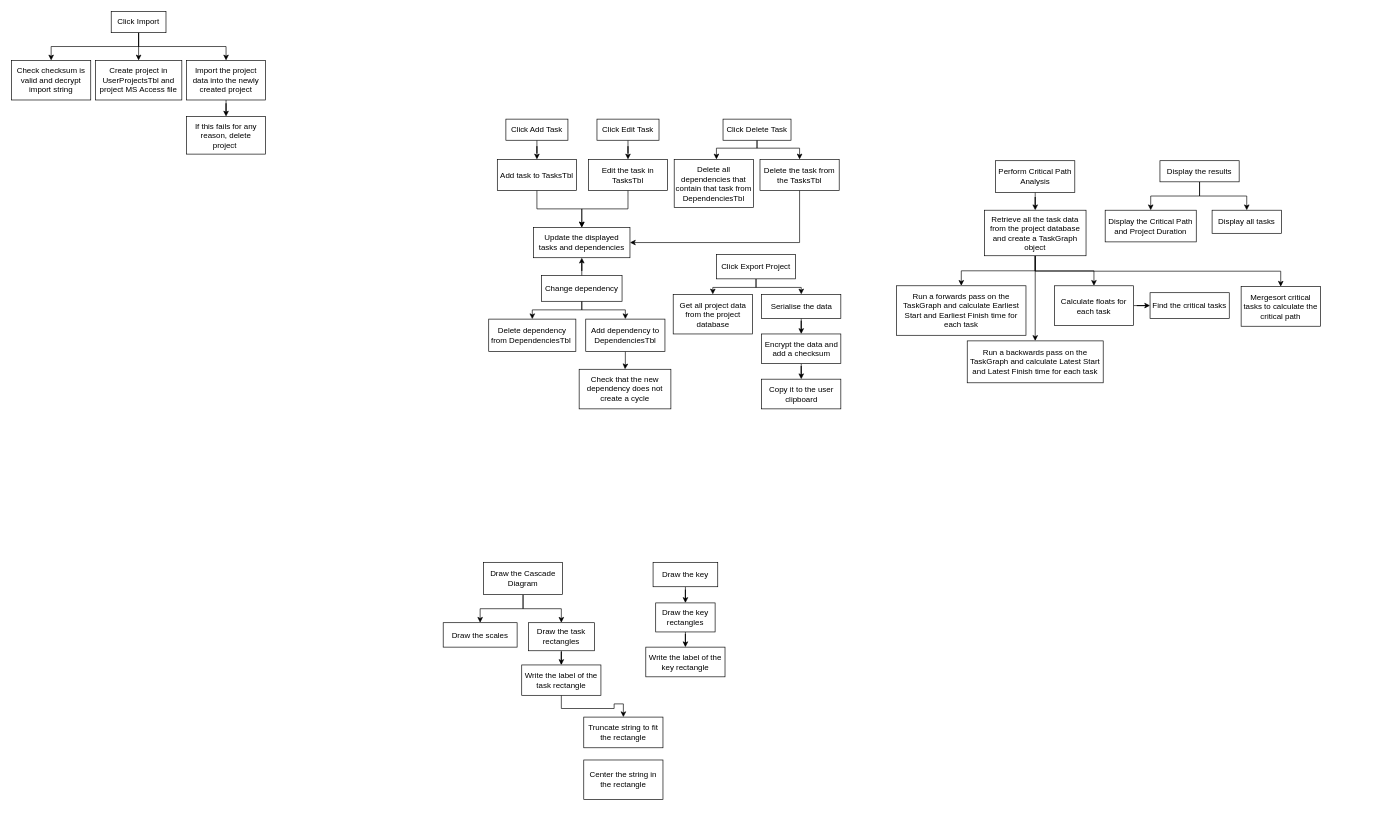
This is page "AbstractHeirarchyChart" (5 of 5) of Diagrams.drawio from Senacen/Critical-Path-Project-Manager-NEA-MS-Access, a draw.io file, before an edit. Source tidied: cells renumbered, new cells numbered last; positions are measured from the earlier drawing's top-left corner, leaving out a move shared by most shapes. Both pictures are drawn from the tidied source at 66%, with x=0, y=0 at pixel (11, 11).
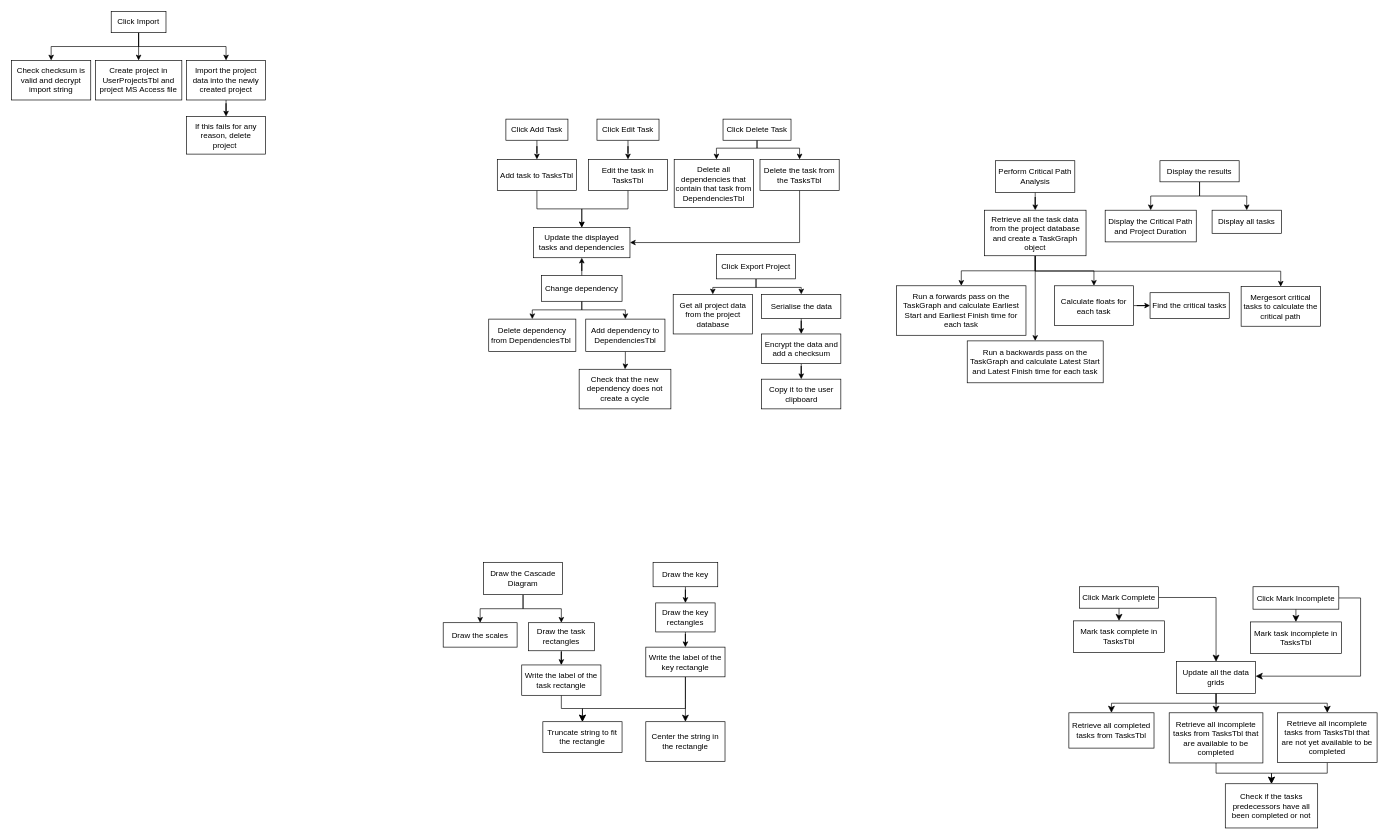
Above is the later version.

The change refers to these unchanged cells:
```xml
<mxCell id="69" value="Write the label of the task rectangle" style="rounded=0;whiteSpace=wrap;html=1;" parent="1" vertex="1">
  <mxGeometry x="773" y="990" width="120" height="46" as="geometry" />
</mxCell>
<mxCell id="75" value="Write the label of the key rectangle" style="rounded=0;whiteSpace=wrap;html=1;" parent="1" vertex="1">
  <mxGeometry x="961" y="963" width="120" height="45" as="geometry" />
</mxCell>
```

Change to the diagram source:
```diff
@@
     <mxCell id="66" value="Truncate string to fit the rectangle" style="rounded=0;whiteSpace=wrap;html=1;" parent="1" vertex="1">
-      <mxGeometry x="867" y="1069" width="120" height="46.5" as="geometry" />
+      <mxGeometry x="805" y="1076" width="120" height="46.5" as="geometry" />
     </mxCell>
     <mxCell id="67" value="Center the string in the rectangle" style="rounded=0;whiteSpace=wrap;html=1;" parent="1" vertex="1">
-      <mxGeometry x="867" y="1134" width="120" height="60" as="geometry" />
+      <mxGeometry x="961" y="1076" width="120" height="60" as="geometry" />
     </mxCell>
-    <mxCell id="68" style="edgeStyle=orthogonalEdgeStyle;rounded=0;jettySize=auto;html=1;" parent="1" edge="1" source="69" target="66">
+    <mxCell id="68" style="rounded=0;jettySize=auto;html=1;fontSize=12;startSize=8;endSize=8;edgeStyle=elbowEdgeStyle;elbow=vertical;" parent="1" edge="1" source="69" target="66">
       <mxGeometry relative="1" as="geometry" />
     </mxCell>
@@
+    <mxCell id="76" style="edgeStyle=elbowEdgeStyle;shape=connector;rounded=0;jettySize=auto;elbow=vertical;html=1;labelBackgroundColor=default;strokeColor=default;align=center;verticalAlign=middle;fontFamily=Helvetica;fontSize=12;fontColor=default;endArrow=classic;startSize=8;endSize=8;" parent="1" edge="1" source="75" target="66">
+      <mxGeometry relative="1" as="geometry">
+        <Array as="points">
+          <mxPoint x="942" y="1056" />
+        </Array>
+      </mxGeometry>
+    </mxCell>
+    <mxCell id="77" style="edgeStyle=elbowEdgeStyle;shape=connector;rounded=0;jettySize=auto;elbow=vertical;html=1;labelBackgroundColor=default;strokeColor=default;align=center;verticalAlign=middle;fontFamily=Helvetica;fontSize=12;fontColor=default;endArrow=classic;startSize=8;endSize=8;" parent="1" edge="1" source="75" target="67">
+      <mxGeometry relative="1" as="geometry" />
+    </mxCell>
@@
+    <mxCell id="78" style="edgeStyle=elbowEdgeStyle;shape=connector;rounded=0;jettySize=auto;elbow=vertical;html=1;labelBackgroundColor=default;strokeColor=default;align=center;verticalAlign=middle;fontFamily=Helvetica;fontSize=12;fontColor=default;endArrow=classic;startSize=8;endSize=8;" parent="1" edge="1" source="81" target="82">
+      <mxGeometry relative="1" as="geometry" />
+    </mxCell>
+    <mxCell id="79" style="edgeStyle=elbowEdgeStyle;shape=connector;rounded=0;jettySize=auto;elbow=vertical;html=1;labelBackgroundColor=default;strokeColor=default;align=center;verticalAlign=middle;fontFamily=Helvetica;fontSize=12;fontColor=default;endArrow=classic;startSize=8;endSize=8;" parent="1" edge="1" source="81" target="84">
+      <mxGeometry relative="1" as="geometry" />
+    </mxCell>
+    <mxCell id="80" style="edgeStyle=elbowEdgeStyle;shape=connector;rounded=0;jettySize=auto;elbow=vertical;html=1;labelBackgroundColor=default;strokeColor=default;align=center;verticalAlign=middle;fontFamily=Helvetica;fontSize=12;fontColor=default;endArrow=classic;startSize=8;endSize=8;" parent="1" edge="1" source="81" target="86">
+      <mxGeometry relative="1" as="geometry" />
+    </mxCell>
+    <mxCell id="81" value="Update all the data grids" style="rounded=0;whiteSpace=wrap;html=1;fontFamily=Helvetica;fontSize=12;fontColor=default;" parent="1" vertex="1">
+      <mxGeometry x="1765" y="985" width="120" height="48" as="geometry" />
+    </mxCell>
+    <mxCell id="82" value="Retrieve all completed tasks from TasksTbl" style="rounded=0;whiteSpace=wrap;html=1;fontFamily=Helvetica;fontSize=12;fontColor=default;" parent="1" vertex="1">
+      <mxGeometry x="1602" y="1062.5" width="129" height="53.5" as="geometry" />
+    </mxCell>
+    <mxCell id="83" style="edgeStyle=elbowEdgeStyle;shape=connector;rounded=0;jettySize=auto;elbow=vertical;html=1;labelBackgroundColor=default;strokeColor=default;align=center;verticalAlign=middle;fontFamily=Helvetica;fontSize=12;fontColor=default;endArrow=classic;startSize=8;endSize=8;" parent="1" edge="1" source="84" target="87">
+      <mxGeometry relative="1" as="geometry" />
+    </mxCell>
+    <mxCell id="84" value="Retrieve all incomplete tasks from TasksTbl that are available to be completed" style="rounded=0;whiteSpace=wrap;html=1;fontFamily=Helvetica;fontSize=12;fontColor=default;" parent="1" vertex="1">
+      <mxGeometry x="1754" y="1062.5" width="142" height="76" as="geometry" />
+    </mxCell>
+    <mxCell id="85" style="edgeStyle=elbowEdgeStyle;shape=connector;rounded=0;jettySize=auto;elbow=vertical;html=1;labelBackgroundColor=default;strokeColor=default;align=center;verticalAlign=middle;fontFamily=Helvetica;fontSize=12;fontColor=default;endArrow=classic;startSize=8;endSize=8;" parent="1" edge="1" source="86" target="87">
+      <mxGeometry relative="1" as="geometry" />
+    </mxCell>
+    <mxCell id="86" value="Retrieve all incomplete tasks from TasksTbl that are not yet available to be completed" style="rounded=0;whiteSpace=wrap;html=1;fontFamily=Helvetica;fontSize=12;fontColor=default;" parent="1" vertex="1">
+      <mxGeometry x="1918" y="1062.5" width="151" height="75.5" as="geometry" />
+    </mxCell>
+    <mxCell id="87" value="Check if the tasks predecessors have all been completed or not" style="rounded=0;whiteSpace=wrap;html=1;fontFamily=Helvetica;fontSize=12;fontColor=default;" parent="1" vertex="1">
+      <mxGeometry x="1839" y="1170" width="140" height="67" as="geometry" />
+    </mxCell>
+    <mxCell id="88" style="edgeStyle=elbowEdgeStyle;shape=connector;rounded=0;jettySize=auto;elbow=vertical;html=1;labelBackgroundColor=default;strokeColor=default;align=center;verticalAlign=middle;fontFamily=Helvetica;fontSize=12;fontColor=default;endArrow=classic;startSize=8;endSize=8;" parent="1" edge="1" source="90" target="94">
+      <mxGeometry relative="1" as="geometry" />
+    </mxCell>
+    <mxCell id="89" style="edgeStyle=orthogonalEdgeStyle;shape=connector;rounded=0;jettySize=auto;elbow=vertical;html=1;labelBackgroundColor=default;strokeColor=default;align=center;verticalAlign=middle;fontFamily=Helvetica;fontSize=12;fontColor=default;endArrow=classic;startSize=8;endSize=8;" parent="1" edge="1" source="90" target="81">
+      <mxGeometry relative="1" as="geometry" />
+    </mxCell>
+    <mxCell id="90" value="Click Mark Complete" style="rounded=0;whiteSpace=wrap;html=1;fontFamily=Helvetica;fontSize=12;fontColor=default;" parent="1" vertex="1">
+      <mxGeometry x="1618" y="871.5" width="120" height="32.5" as="geometry" />
+    </mxCell>
+    <mxCell id="91" style="edgeStyle=elbowEdgeStyle;shape=connector;rounded=0;jettySize=auto;elbow=vertical;html=1;labelBackgroundColor=default;strokeColor=default;align=center;verticalAlign=middle;fontFamily=Helvetica;fontSize=12;fontColor=default;endArrow=classic;startSize=8;endSize=8;" parent="1" edge="1" source="93" target="95">
+      <mxGeometry relative="1" as="geometry" />
+    </mxCell>
+    <mxCell id="92" style="edgeStyle=orthogonalEdgeStyle;shape=connector;rounded=0;jettySize=auto;elbow=vertical;html=1;labelBackgroundColor=default;strokeColor=default;align=center;verticalAlign=middle;fontFamily=Helvetica;fontSize=12;fontColor=default;endArrow=classic;startSize=8;endSize=8;" parent="1" edge="1" source="93" target="81">
+      <mxGeometry relative="1" as="geometry">
+        <Array as="points">
+          <mxPoint x="2044" y="889" />
+          <mxPoint x="2044" y="1007" />
+        </Array>
+      </mxGeometry>
+    </mxCell>
+    <mxCell id="93" value="Click Mark Incomplete" style="rounded=0;whiteSpace=wrap;html=1;fontFamily=Helvetica;fontSize=12;fontColor=default;" parent="1" vertex="1">
+      <mxGeometry x="1881" y="871.5" width="130" height="34" as="geometry" />
+    </mxCell>
+    <mxCell id="94" value="Mark task complete in TasksTbl" style="rounded=0;whiteSpace=wrap;html=1;fontFamily=Helvetica;fontSize=12;fontColor=default;" parent="1" vertex="1">
+      <mxGeometry x="1609" y="923.2" width="138" height="48" as="geometry" />
+    </mxCell>
+    <mxCell id="95" value="Mark task incomplete in TasksTbl" style="rounded=0;whiteSpace=wrap;html=1;fontFamily=Helvetica;fontSize=12;fontColor=default;" parent="1" vertex="1">
+      <mxGeometry x="1877" y="924.8" width="138" height="48" as="geometry" />
+    </mxCell>
```
